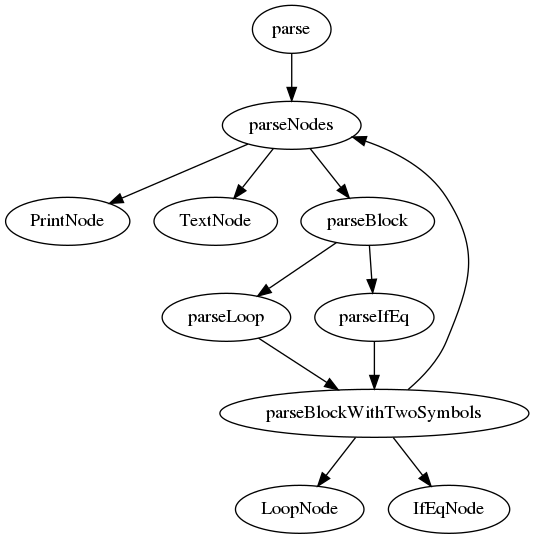
The Graphviz diagram doc/parser.png in krk/carender, before a commit. Its source is kept beside it as doc/parser.dot. Its diagram source:
```dot
digraph {
    parse -> parseNodes

    parseNodes -> PrintNode
    parseNodes -> TextNode

    parseNodes -> parseBlock
    parseBlock -> parseLoop
    parseBlock -> parseIfEq

    parseLoop -> parseBlockWithTwoSymbols
    parseIfEq -> parseBlockWithTwoSymbols

    parseBlockWithTwoSymbols -> LoopNode
    parseBlockWithTwoSymbols -> IfEqNode
    parseBlockWithTwoSymbols -> parseNodes
}
```
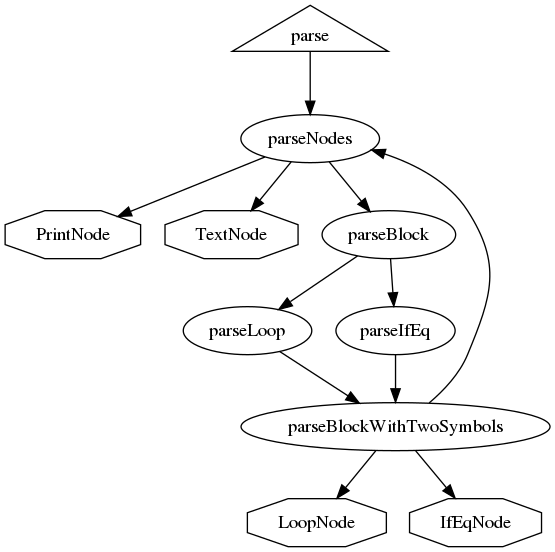
Later version of the same file.

Commit message:
Update shapes in parser graph.

Change to the diagram source:
```diff
@@ -1,4 +1,11 @@
 digraph {
+    parse [shape="triangle"]
+
+    PrintNode [shape="octagon"]
+    TextNode [shape="octagon"]
+    LoopNode [shape="octagon"]
+    IfEqNode [shape="octagon"]
+
     parse -> parseNodes
 
     parseNodes -> PrintNode
```
